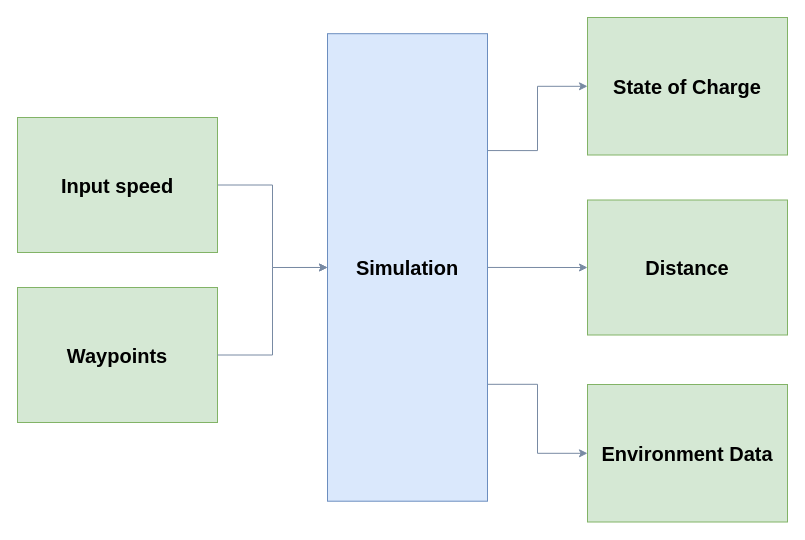
UBC-Solar/Simulation keeps this draw.io diagram as docs/SimulationStructure1.drawio. Above is the earlier version. Source tidied: cells renumbered, new cells numbered last; positions are measured from the earlier drawing's top-left corner, leaving out a move shared by most shapes. Both pictures are drawn from the tidied source at 100%, with x=0, y=0 at pixel (17, 17).
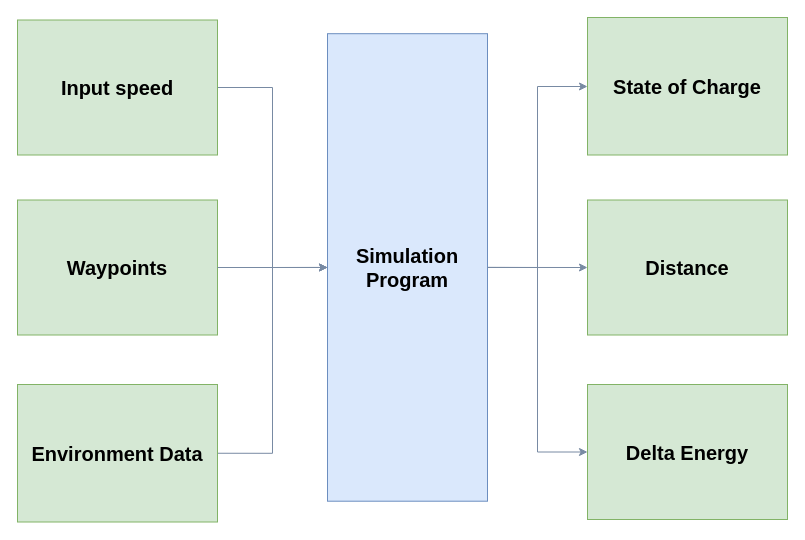
After the change.

What changed in the source:
```diff
@@
 <mxGraphModel>
   <root>
     <mxCell id="0" />
     <mxCell id="1" parent="0" />
     <mxCell id="2" style="edgeStyle=orthogonalEdgeStyle;rounded=0;jettySize=auto;html=1;exitX=1;exitY=0.5;exitDx=0;exitDy=0;entryX=0;entryY=0.5;entryDx=0;entryDy=0;fontStyle=1;strokeColor=#788AA3;fontSize=20;fontColor=#EDEDED;" parent="1" edge="1" source="5" target="8">
       <mxGeometry relative="1" as="geometry" />
     </mxCell>
-    <mxCell id="3" style="edgeStyle=orthogonalEdgeStyle;rounded=0;jettySize=auto;html=1;exitX=1;exitY=0.25;exitDx=0;exitDy=0;fontStyle=1;strokeColor=#788AA3;fontSize=20;fontColor=#EDEDED;" parent="1" edge="1" source="5" target="10">
-      <mxGeometry relative="1" as="geometry" />
+    <mxCell id="3" style="edgeStyle=orthogonalEdgeStyle;rounded=0;jettySize=auto;html=1;exitX=1;exitY=0.5;exitDx=0;exitDy=0;fontStyle=1;strokeColor=#788AA3;fontSize=20;fontColor=#EDEDED;" parent="1" edge="1" source="5" target="10">
+      <mxGeometry relative="1" as="geometry">
+        <Array as="points">
+          <mxPoint x="520" y="250" />
+          <mxPoint x="520" y="69" />
+        </Array>
+      </mxGeometry>
     </mxCell>
-    <mxCell id="4" style="edgeStyle=orthogonalEdgeStyle;rounded=0;jettySize=auto;html=1;exitX=1;exitY=0.75;exitDx=0;exitDy=0;fontStyle=1;strokeColor=#788AA3;fontSize=20;fontColor=#EDEDED;" parent="1" edge="1" source="5" target="9">
+    <mxCell id="4" style="edgeStyle=orthogonalEdgeStyle;rounded=0;jettySize=auto;html=1;fontStyle=1;strokeColor=#788AA3;fontSize=20;fontColor=#EDEDED;entryX=0;entryY=0.5;entryDx=0;entryDy=0;exitX=1;exitY=0.5;exitDx=0;exitDy=0;" parent="1" edge="1" source="9" target="5">
       <mxGeometry relative="1" as="geometry" />
     </mxCell>
-    <mxCell id="5" value="Simulation" style="rounded=0;whiteSpace=wrap;html=1;fontStyle=1;fillColor=#dae8fc;strokeColor=#6c8ebf;fontSize=20;" parent="1" vertex="1">
+    <mxCell id="5" value="Simulation Program" style="rounded=0;whiteSpace=wrap;html=1;fontStyle=1;fillColor=#dae8fc;strokeColor=#6c8ebf;fontSize=20;" parent="1" vertex="1">
       <mxGeometry x="310" y="16.2" width="160" height="467.5" as="geometry" />
     </mxCell>
     <mxCell id="6" style="edgeStyle=orthogonalEdgeStyle;rounded=0;jettySize=auto;html=1;exitX=1;exitY=0.5;exitDx=0;exitDy=0;entryX=0;entryY=0.5;entryDx=0;entryDy=0;fontStyle=1;strokeColor=#788AA3;fontSize=20;fontColor=#EDEDED;" parent="1" edge="1" source="7" target="5">
       <mxGeometry relative="1" as="geometry" />
     </mxCell>
     <mxCell id="7" value="Input speed" style="rounded=0;whiteSpace=wrap;html=1;fontStyle=1;fillColor=#d5e8d4;strokeColor=#82b366;fontSize=20;" parent="1" vertex="1">
-      <mxGeometry y="100" width="200" height="135" as="geometry" />
+      <mxGeometry y="2.5" width="200" height="135" as="geometry" />
     </mxCell>
     <mxCell id="8" value="Distance" style="rounded=0;whiteSpace=wrap;html=1;fontStyle=1;fillColor=#d5e8d4;strokeColor=#82b366;fontSize=20;" parent="1" vertex="1">
       <mxGeometry x="570" y="182.5" width="200" height="135" as="geometry" />
     </mxCell>
     <mxCell id="9" value="Environment Data" style="rounded=0;whiteSpace=wrap;html=1;fontStyle=1;fillColor=#d5e8d4;strokeColor=#82b366;fontSize=20;" parent="1" vertex="1">
-      <mxGeometry x="570" y="367" width="200" height="137.5" as="geometry" />
+      <mxGeometry y="367" width="200" height="137.5" as="geometry" />
     </mxCell>
     <mxCell id="10" value="State of Charge" style="rounded=0;whiteSpace=wrap;html=1;fontStyle=1;fillColor=#d5e8d4;strokeColor=#82b366;fontSize=20;" parent="1" vertex="1">
       <mxGeometry x="570" width="200" height="137.5" as="geometry" />
     </mxCell>
     <mxCell id="11" value="Waypoints" style="rounded=0;whiteSpace=wrap;html=1;fontStyle=1;fillColor=#d5e8d4;strokeColor=#82b366;fontSize=20;" parent="1" vertex="1">
-      <mxGeometry y="270" width="200" height="135" as="geometry" />
+      <mxGeometry y="182.5" width="200" height="135" as="geometry" />
     </mxCell>
     <mxCell id="12" style="edgeStyle=orthogonalEdgeStyle;rounded=0;jettySize=auto;html=1;exitX=1;exitY=0.5;exitDx=0;exitDy=0;fontStyle=1;strokeColor=#788AA3;fontSize=20;fontColor=#EDEDED;" parent="1" edge="1" source="11" target="5">
       <mxGeometry relative="1" as="geometry" />
     </mxCell>
+    <mxCell id="13" value="Delta Energy" style="rounded=0;whiteSpace=wrap;html=1;fontStyle=1;fillColor=#d5e8d4;strokeColor=#82b366;fontSize=20;" parent="1" vertex="1">
+      <mxGeometry x="570" y="367" width="200" height="135" as="geometry" />
+    </mxCell>
+    <mxCell id="14" style="edgeStyle=orthogonalEdgeStyle;rounded=0;jettySize=auto;html=1;exitX=1;exitY=0.5;exitDx=0;exitDy=0;fontStyle=1;strokeColor=#788AA3;fontSize=20;fontColor=#EDEDED;entryX=0;entryY=0.5;entryDx=0;entryDy=0;" parent="1" edge="1" source="5" target="13">
+      <mxGeometry relative="1" as="geometry" />
+    </mxCell>
   </root>
 </mxGraphModel>
```
